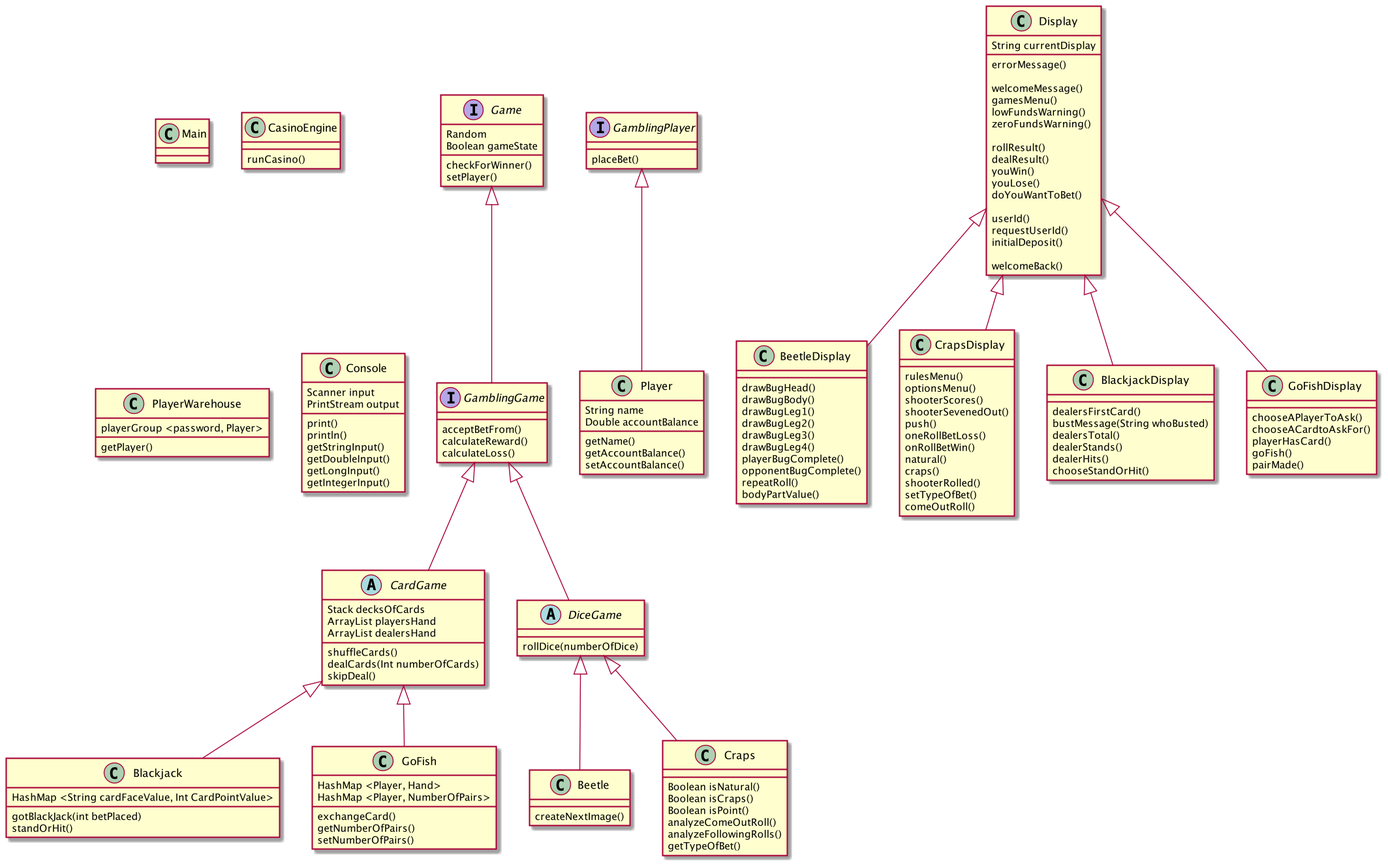
The PlantUML diagram src/Casino Structure.png in ZipCodeCore/GroupCasino, before a commit. The source it was exported from:
```plantuml
@startuml

Game <|-- GamblingGame
GamblingPlayer <|-- Player
GamblingGame <|-- CardGame
GamblingGame <|-- DiceGame

DiceGame <|-- Beetle
DiceGame <|-- Craps
CardGame <|-- Blackjack
CardGame <|-- GoFish

Display <|-- BeetleDisplay
Display <|-- CrapsDisplay
Display <|-- BlackjackDisplay
Display <|-- GoFishDisplay


interface Game {
Random
Boolean gameState
checkForWinner()
setPlayer()
}

interface GamblingGame {
acceptBetFrom()
calculateReward()
calculateLoss()
}

interface GamblingPlayer {
placeBet()
}


abstract class CardGame{
Stack decksOfCards
ArrayList playersHand
ArrayList dealersHand
shuffleCards()
dealCards(Int numberOfCards)
skipDeal()

}

abstract class DiceGame {
rollDice(numberOfDice)
}


class Main{

}

class CasinoEngine {
runCasino()
}

class Player {
String name
Double accountBalance
getName()
getAccountBalance()
setAccountBalance()
}

class GoFish {
HashMap <Player, Hand>
HashMap <Player, NumberOfPairs>
exchangeCard()
getNumberOfPairs()
setNumberOfPairs()
}

class GoFishDisplay {
chooseAPlayerToAsk()
chooseACardtoAskFor()
playerHasCard()
goFish()
pairMade()

}

class Blackjack {
HashMap <String cardFaceValue, Int CardPointValue>
gotBlackJack(int betPlaced)
standOrHit()
}

class BlackjackDisplay {
dealersFirstCard()
bustMessage(String whoBusted)
dealersTotal()
dealerStands()
dealerHits()
chooseStandOrHit()
}

class Craps {
Boolean isNatural()
Boolean isCraps()
Boolean isPoint()
analyzeComeOutRoll()
analyzeFollowingRolls()
getTypeOfBet()
}

class CrapsDisplay {
rulesMenu()
optionsMenu()
shooterScores()
shooterSevenedOut()
push()
oneRollBetLoss()
onRollBetWin()
natural()
craps()
shooterRolled()
setTypeOfBet()
comeOutRoll()

}

class Beetle {
createNextImage()
}

class BeetleDisplay {
drawBugHead()
drawBugBody()
drawBugLeg1()
drawBugLeg2()
drawBugLeg3()
drawBugLeg4()
playerBugComplete()
opponentBugComplete()
repeatRoll()
bodyPartValue()
}

class PlayerWarehouse {
playerGroup <password, Player>
getPlayer()
}

class Console {
Scanner input
PrintStream output
print()
println()
getStringInput()
getDoubleInput()
getLongInput()
getIntegerInput()
}

class Display {
String currentDisplay

errorMessage()

welcomeMessage()
gamesMenu()
lowFundsWarning()
zeroFundsWarning()

rollResult()
dealResult()
youWin()
youLose()
doYouWantToBet()

userId()
requestUserId()
initialDeposit()

welcomeBack()

}


@enduml
```
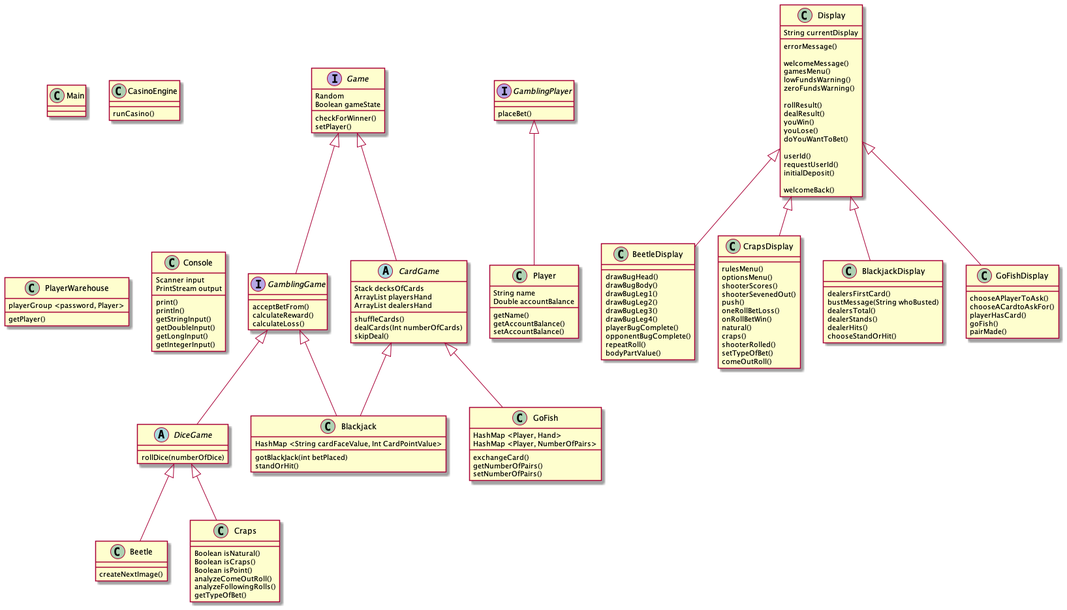
Above is the later version.

Commit message:
UML Diagram

The edit, as a diff of the source:
```diff
@@ -1,14 +1,16 @@
 @startuml
 
 Game <|-- GamblingGame
+Game <|-- CardGame
 GamblingPlayer <|-- Player
-GamblingGame <|-- CardGame
+GamblingGame <|-- Blackjack
 GamblingGame <|-- DiceGame
 
 DiceGame <|-- Beetle
 DiceGame <|-- Craps
 CardGame <|-- Blackjack
 CardGame <|-- GoFish
+
 
 Display <|-- BeetleDisplay
 Display <|-- CrapsDisplay
```
